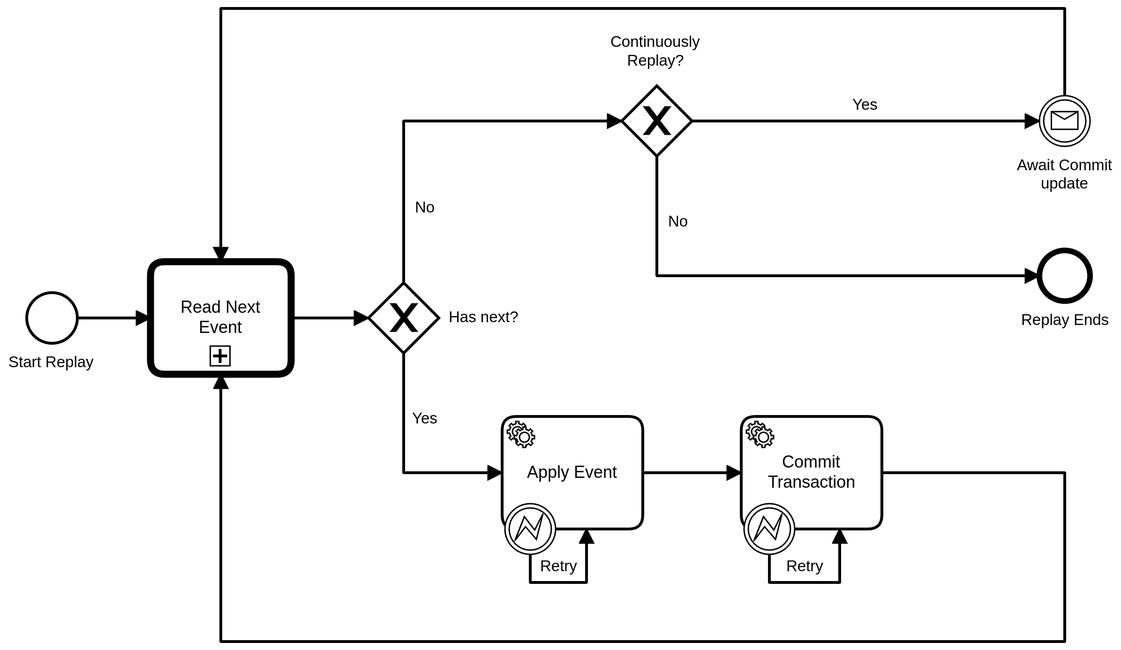
Before: images/replayStateMachine.png, a diagram exported from BPMN (zeebe-io/enhancements). Its source is kept beside it as images/replayStateMachine.bpmn. Ids are renumbered. The source it was exported from:
```xml
<bpmn:definitions xmlns:bpmn="http://www.omg.org/spec/BPMN/20100524/MODEL" xmlns:bpmndi="http://www.omg.org/spec/BPMN/20100524/DI" xmlns:dc="http://www.omg.org/spec/DD/20100524/DC" xmlns:di="http://www.omg.org/spec/DD/20100524/DI" xmlns:modeler="http://camunda.org/schema/modeler/1.0" id="Definitions_n1" targetNamespace="http://bpmn.io/schema/bpmn" exporter="Camunda Modeler" exporterVersion="4.8.0" modeler:executionPlatform="Camunda Platform" modeler:executionPlatformVersion="7.15.0">
  <bpmn:process id="Process_n2" isExecutable="true">
    <bpmn:startEvent id="StartEvent_1" name="Start Replay">
      <bpmn:outgoing>Flow_n3</bpmn:outgoing>
    </bpmn:startEvent>
    <bpmn:sequenceFlow id="Flow_n3" sourceRef="StartEvent_1" targetRef="Activity_n4" />
    <bpmn:exclusiveGateway id="Gateway_n5" name="Has next?">
      <bpmn:incoming>Flow_n6</bpmn:incoming>
      <bpmn:outgoing>Flow_n7</bpmn:outgoing>
      <bpmn:outgoing>Flow_n8</bpmn:outgoing>
    </bpmn:exclusiveGateway>
    <bpmn:sequenceFlow id="Flow_n6" sourceRef="Activity_n4" targetRef="Gateway_n5" />
    <bpmn:intermediateCatchEvent id="Event_n9" name="Await Commit update">
      <bpmn:incoming>Flow_n10</bpmn:incoming>
      <bpmn:outgoing>Flow_n11</bpmn:outgoing>
      <bpmn:messageEventDefinition id="MessageEventDefinition_n12" />
    </bpmn:intermediateCatchEvent>
    <bpmn:exclusiveGateway id="Gateway_n13" name="Continuously Replay?">
      <bpmn:incoming>Flow_n7</bpmn:incoming>
      <bpmn:outgoing>Flow_n10</bpmn:outgoing>
      <bpmn:outgoing>Flow_n14</bpmn:outgoing>
    </bpmn:exclusiveGateway>
    <bpmn:sequenceFlow id="Flow_n10" name="Yes" sourceRef="Gateway_n13" targetRef="Event_n9" />
    <bpmn:sequenceFlow id="Flow_n11" sourceRef="Event_n9" targetRef="Activity_n4" />
    <bpmn:sequenceFlow id="Flow_n7" name="No" sourceRef="Gateway_n5" targetRef="Gateway_n13" />
    <bpmn:endEvent id="Event_n15" name="Replay Ends">
      <bpmn:incoming>Flow_n14</bpmn:incoming>
    </bpmn:endEvent>
    <bpmn:sequenceFlow id="Flow_n14" name="No" sourceRef="Gateway_n13" targetRef="Event_n15" />
    <bpmn:sequenceFlow id="Flow_n8" name="Yes" sourceRef="Gateway_n5" targetRef="Activity_n16" />
    <bpmn:sequenceFlow id="Flow_n17" sourceRef="Activity_n16" targetRef="Activity_n18" />
    <bpmn:serviceTask id="Activity_n16" name="Apply Event">
      <bpmn:incoming>Flow_n8</bpmn:incoming>
      <bpmn:incoming>Flow_n19</bpmn:incoming>
      <bpmn:outgoing>Flow_n17</bpmn:outgoing>
    </bpmn:serviceTask>
    <bpmn:callActivity id="Activity_n4" name="Read Next Event">
      <bpmn:incoming>Flow_n3</bpmn:incoming>
      <bpmn:incoming>Flow_n11</bpmn:incoming>
      <bpmn:incoming>Flow_n20</bpmn:incoming>
      <bpmn:outgoing>Flow_n6</bpmn:outgoing>
    </bpmn:callActivity>
    <bpmn:serviceTask id="Activity_n18" name="Commit Transaction">
      <bpmn:incoming>Flow_n17</bpmn:incoming>
      <bpmn:incoming>Flow_n21</bpmn:incoming>
      <bpmn:outgoing>Flow_n20</bpmn:outgoing>
    </bpmn:serviceTask>
    <bpmn:boundaryEvent id="Event_n22" attachedToRef="Activity_n16">
      <bpmn:outgoing>Flow_n19</bpmn:outgoing>
      <bpmn:errorEventDefinition id="ErrorEventDefinition_n23" />
    </bpmn:boundaryEvent>
    <bpmn:sequenceFlow id="Flow_n19" name="Retry" sourceRef="Event_n22" targetRef="Activity_n16" />
    <bpmn:sequenceFlow id="Flow_n21" name="Retry" sourceRef="Event_n24" targetRef="Activity_n18" />
    <bpmn:boundaryEvent id="Event_n24" attachedToRef="Activity_n18">
      <bpmn:outgoing>Flow_n21</bpmn:outgoing>
      <bpmn:errorEventDefinition id="ErrorEventDefinition_n25" />
    </bpmn:boundaryEvent>
    <bpmn:sequenceFlow id="Flow_n20" sourceRef="Activity_n18" targetRef="Activity_n4" />
  </bpmn:process>
  <bpmndi:BPMNDiagram id="BPMNDiagram_1">
    <bpmndi:BPMNPlane id="BPMNPlane_1" bpmnElement="Process_n2">
      <bpmndi:BPMNEdge id="Flow_n3_di" bpmnElement="Flow_n3">
        <di:waypoint x="208" y="300" />
        <di:waypoint x="260" y="300" />
      </bpmndi:BPMNEdge>
      <bpmndi:BPMNEdge id="Flow_n6_di" bpmnElement="Flow_n6">
        <di:waypoint x="360" y="300" />
        <di:waypoint x="415" y="300" />
      </bpmndi:BPMNEdge>
      <bpmndi:BPMNEdge id="Flow_n10_di" bpmnElement="Flow_n10">
        <di:waypoint x="645" y="160" />
        <di:waypoint x="892" y="160" />
        <bpmndi:BPMNLabel>
          <dc:Bounds x="759" y="142" width="19" height="14" />
        </bpmndi:BPMNLabel>
      </bpmndi:BPMNEdge>
      <bpmndi:BPMNEdge id="Flow_n11_di" bpmnElement="Flow_n11">
        <di:waypoint x="910" y="142" />
        <di:waypoint x="910" y="80" />
        <di:waypoint x="310" y="80" />
        <di:waypoint x="310" y="260" />
      </bpmndi:BPMNEdge>
      <bpmndi:BPMNEdge id="Flow_n7_di" bpmnElement="Flow_n7">
        <di:waypoint x="440" y="275" />
        <di:waypoint x="440" y="160" />
        <di:waypoint x="595" y="160" />
        <bpmndi:BPMNLabel>
          <dc:Bounds x="448" y="215" width="15" height="14" />
        </bpmndi:BPMNLabel>
      </bpmndi:BPMNEdge>
      <bpmndi:BPMNEdge id="Flow_n14_di" bpmnElement="Flow_n14">
        <di:waypoint x="620" y="185" />
        <di:waypoint x="620" y="270" />
        <di:waypoint x="892" y="270" />
        <bpmndi:BPMNLabel>
          <dc:Bounds x="628" y="225" width="15" height="14" />
        </bpmndi:BPMNLabel>
      </bpmndi:BPMNEdge>
      <bpmndi:BPMNEdge id="Flow_n8_di" bpmnElement="Flow_n8">
        <di:waypoint x="440" y="325" />
        <di:waypoint x="440" y="410" />
        <di:waypoint x="510" y="410" />
        <bpmndi:BPMNLabel>
          <dc:Bounds x="446" y="365" width="19" height="14" />
        </bpmndi:BPMNLabel>
      </bpmndi:BPMNEdge>
      <bpmndi:BPMNEdge id="Flow_n17_di" bpmnElement="Flow_n17">
        <di:waypoint x="610" y="410" />
        <di:waypoint x="680" y="410" />
      </bpmndi:BPMNEdge>
      <bpmndi:BPMNEdge id="Flow_n19_di" bpmnElement="Flow_n19">
        <di:waypoint x="530" y="468" />
        <di:waypoint x="530" y="488" />
        <di:waypoint x="570" y="488" />
        <di:waypoint x="570" y="450" />
        <bpmndi:BPMNLabel>
          <dc:Bounds x="537" y="470" width="27" height="14" />
        </bpmndi:BPMNLabel>
      </bpmndi:BPMNEdge>
      <bpmndi:BPMNEdge id="Flow_n21_di" bpmnElement="Flow_n21">
        <di:waypoint x="700" y="468" />
        <di:waypoint x="700" y="488" />
        <di:waypoint x="750" y="488" />
        <di:waypoint x="750" y="450" />
        <bpmndi:BPMNLabel>
          <dc:Bounds x="712" y="470" width="27" height="14" />
        </bpmndi:BPMNLabel>
      </bpmndi:BPMNEdge>
      <bpmndi:BPMNEdge id="Flow_n20_di" bpmnElement="Flow_n20">
        <di:waypoint x="780" y="410" />
        <di:waypoint x="910" y="410" />
        <di:waypoint x="910" y="530" />
        <di:waypoint x="310" y="530" />
        <di:waypoint x="310" y="340" />
      </bpmndi:BPMNEdge>
      <bpmndi:BPMNShape id="_BPMNShape_StartEvent_2" bpmnElement="StartEvent_1">
        <dc:Bounds x="172" y="282" width="36" height="36" />
        <bpmndi:BPMNLabel>
          <dc:Bounds x="159" y="325" width="62" height="14" />
        </bpmndi:BPMNLabel>
      </bpmndi:BPMNShape>
      <bpmndi:BPMNShape id="Gateway_n5_di" bpmnElement="Gateway_n5" isMarkerVisible="true">
        <dc:Bounds x="415" y="275" width="50" height="50" />
        <bpmndi:BPMNLabel>
          <dc:Bounds x="472" y="293" width="50" height="14" />
        </bpmndi:BPMNLabel>
      </bpmndi:BPMNShape>
      <bpmndi:BPMNShape id="Gateway_n13_di" bpmnElement="Gateway_n13" isMarkerVisible="true">
        <dc:Bounds x="595" y="135" width="50" height="50" />
        <bpmndi:BPMNLabel>
          <dc:Bounds x="587" y="97.5" width="65" height="27" />
        </bpmndi:BPMNLabel>
      </bpmndi:BPMNShape>
      <bpmndi:BPMNShape id="Event_197exok_di" bpmnElement="Event_n9">
        <dc:Bounds x="892" y="142" width="36" height="36" />
        <bpmndi:BPMNLabel>
          <dc:Bounds x="876" y="185" width="68" height="27" />
        </bpmndi:BPMNLabel>
      </bpmndi:BPMNShape>
      <bpmndi:BPMNShape id="Event_n15_di" bpmnElement="Event_n15">
        <dc:Bounds x="892" y="252" width="36" height="36" />
        <bpmndi:BPMNLabel>
          <dc:Bounds x="879" y="295" width="63" height="14" />
        </bpmndi:BPMNLabel>
      </bpmndi:BPMNShape>
      <bpmndi:BPMNShape id="Activity_0ocwksu_di" bpmnElement="Activity_n4">
        <dc:Bounds x="260" y="260" width="100" height="80" />
      </bpmndi:BPMNShape>
      <bpmndi:BPMNShape id="Activity_15cdibl_di" bpmnElement="Activity_n16">
        <dc:Bounds x="510" y="370" width="100" height="80" />
      </bpmndi:BPMNShape>
      <bpmndi:BPMNShape id="Activity_1oidei2_di" bpmnElement="Activity_n18">
        <dc:Bounds x="680" y="370" width="100" height="80" />
      </bpmndi:BPMNShape>
      <bpmndi:BPMNShape id="Event_0sv2l4w_di" bpmnElement="Event_n22">
        <dc:Bounds x="512" y="432" width="36" height="36" />
      </bpmndi:BPMNShape>
      <bpmndi:BPMNShape id="Event_0vel4k2_di" bpmnElement="Event_n24">
        <dc:Bounds x="682" y="432" width="36" height="36" />
      </bpmndi:BPMNShape>
    </bpmndi:BPMNPlane>
  </bpmndi:BPMNDiagram>
</bpmn:definitions>
```
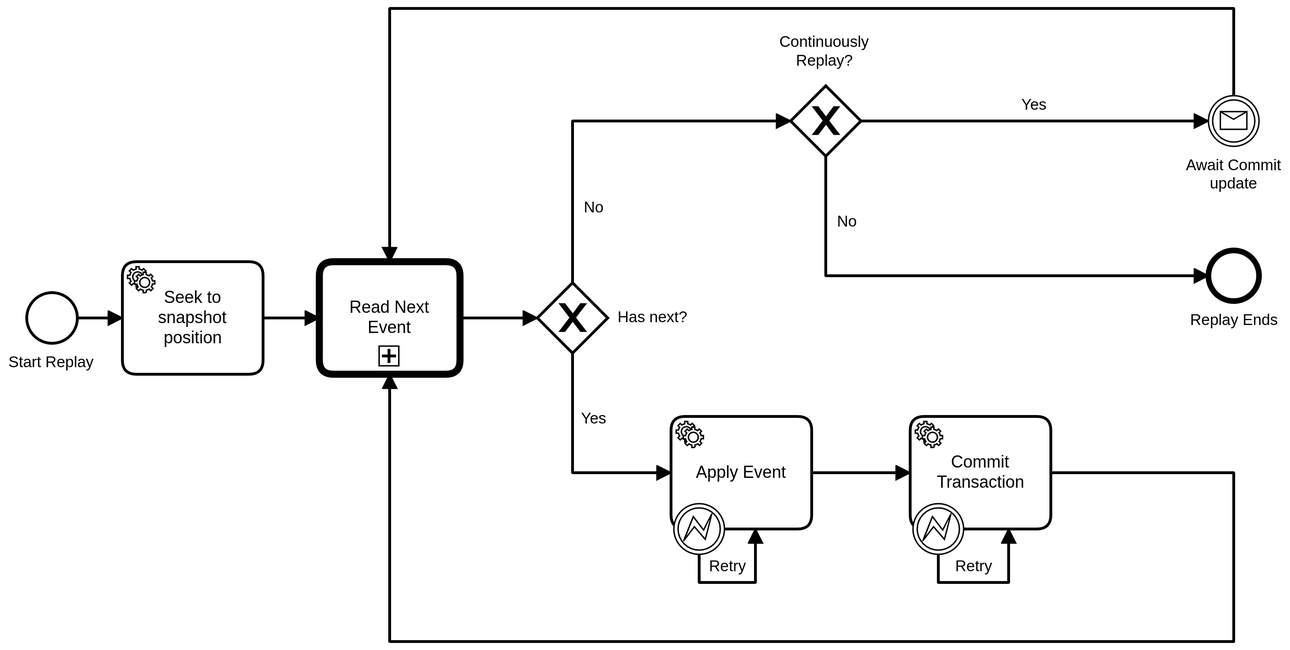
The same diagram one commit later.

Commit message:
docs: add content for replay state machine

Change to the diagram source:
```diff
@@ -3,7 +3,7 @@
     <bpmn:startEvent id="StartEvent_1" name="Start Replay">
       <bpmn:outgoing>Flow_n3</bpmn:outgoing>
     </bpmn:startEvent>
-    <bpmn:sequenceFlow id="Flow_n3" sourceRef="StartEvent_1" targetRef="Activity_n4" />
+    <bpmn:sequenceFlow id="Flow_n3" sourceRef="StartEvent_1" targetRef="Activity_n26" />
     <bpmn:exclusiveGateway id="Gateway_n5" name="Has next?">
       <bpmn:incoming>Flow_n6</bpmn:incoming>
       <bpmn:outgoing>Flow_n7</bpmn:outgoing>
@@ -35,9 +35,9 @@
       <bpmn:outgoing>Flow_n17</bpmn:outgoing>
     </bpmn:serviceTask>
     <bpmn:callActivity id="Activity_n4" name="Read Next Event">
-      <bpmn:incoming>Flow_n3</bpmn:incoming>
       <bpmn:incoming>Flow_n11</bpmn:incoming>
       <bpmn:incoming>Flow_n20</bpmn:incoming>
+      <bpmn:incoming>Flow_n27</bpmn:incoming>
       <bpmn:outgoing>Flow_n6</bpmn:outgoing>
     </bpmn:callActivity>
     <bpmn:serviceTask id="Activity_n18" name="Commit Transaction">
@@ -56,127 +56,139 @@
       <bpmn:errorEventDefinition id="ErrorEventDefinition_n25" />
     </bpmn:boundaryEvent>
     <bpmn:sequenceFlow id="Flow_n20" sourceRef="Activity_n18" targetRef="Activity_n4" />
+    <bpmn:sequenceFlow id="Flow_n27" sourceRef="Activity_n26" targetRef="Activity_n4" />
+    <bpmn:serviceTask id="Activity_n26" name="Seek to snapshot position">
+      <bpmn:incoming>Flow_n3</bpmn:incoming>
+      <bpmn:outgoing>Flow_n27</bpmn:outgoing>
+    </bpmn:serviceTask>
   </bpmn:process>
   <bpmndi:BPMNDiagram id="BPMNDiagram_1">
     <bpmndi:BPMNPlane id="BPMNPlane_1" bpmnElement="Process_n2">
       <bpmndi:BPMNEdge id="Flow_n3_di" bpmnElement="Flow_n3">
         <di:waypoint x="208" y="300" />
-        <di:waypoint x="260" y="300" />
+        <di:waypoint x="240" y="300" />
       </bpmndi:BPMNEdge>
       <bpmndi:BPMNEdge id="Flow_n6_di" bpmnElement="Flow_n6">
-        <di:waypoint x="360" y="300" />
-        <di:waypoint x="415" y="300" />
+        <di:waypoint x="480" y="300" />
+        <di:waypoint x="535" y="300" />
       </bpmndi:BPMNEdge>
       <bpmndi:BPMNEdge id="Flow_n10_di" bpmnElement="Flow_n10">
-        <di:waypoint x="645" y="160" />
-        <di:waypoint x="892" y="160" />
+        <di:waypoint x="765" y="160" />
+        <di:waypoint x="1012" y="160" />
         <bpmndi:BPMNLabel>
-          <dc:Bounds x="759" y="142" width="19" height="14" />
+          <dc:Bounds x="879" y="142" width="19" height="14" />
         </bpmndi:BPMNLabel>
       </bpmndi:BPMNEdge>
       <bpmndi:BPMNEdge id="Flow_n11_di" bpmnElement="Flow_n11">
-        <di:waypoint x="910" y="142" />
-        <di:waypoint x="910" y="80" />
-        <di:waypoint x="310" y="80" />
-        <di:waypoint x="310" y="260" />
+        <di:waypoint x="1030" y="142" />
+        <di:waypoint x="1030" y="80" />
+        <di:waypoint x="430" y="80" />
+        <di:waypoint x="430" y="260" />
       </bpmndi:BPMNEdge>
       <bpmndi:BPMNEdge id="Flow_n7_di" bpmnElement="Flow_n7">
-        <di:waypoint x="440" y="275" />
-        <di:waypoint x="440" y="160" />
-        <di:waypoint x="595" y="160" />
+        <di:waypoint x="560" y="275" />
+        <di:waypoint x="560" y="160" />
+        <di:waypoint x="715" y="160" />
         <bpmndi:BPMNLabel>
-          <dc:Bounds x="448" y="215" width="15" height="14" />
+          <dc:Bounds x="568" y="215" width="15" height="14" />
         </bpmndi:BPMNLabel>
       </bpmndi:BPMNEdge>
       <bpmndi:BPMNEdge id="Flow_n14_di" bpmnElement="Flow_n14">
-        <di:waypoint x="620" y="185" />
-        <di:waypoint x="620" y="270" />
-        <di:waypoint x="892" y="270" />
+        <di:waypoint x="740" y="185" />
+        <di:waypoint x="740" y="270" />
+        <di:waypoint x="1012" y="270" />
         <bpmndi:BPMNLabel>
-          <dc:Bounds x="628" y="225" width="15" height="14" />
+          <dc:Bounds x="748" y="225" width="15" height="14" />
         </bpmndi:BPMNLabel>
       </bpmndi:BPMNEdge>
       <bpmndi:BPMNEdge id="Flow_n8_di" bpmnElement="Flow_n8">
-        <di:waypoint x="440" y="325" />
-        <di:waypoint x="440" y="410" />
-        <di:waypoint x="510" y="410" />
+        <di:waypoint x="560" y="325" />
+        <di:waypoint x="560" y="410" />
+        <di:waypoint x="630" y="410" />
         <bpmndi:BPMNLabel>
-          <dc:Bounds x="446" y="365" width="19" height="14" />
+          <dc:Bounds x="566" y="365" width="19" height="14" />
         </bpmndi:BPMNLabel>
       </bpmndi:BPMNEdge>
       <bpmndi:BPMNEdge id="Flow_n17_di" bpmnElement="Flow_n17">
-        <di:waypoint x="610" y="410" />
-        <di:waypoint x="680" y="410" />
+        <di:waypoint x="730" y="410" />
+        <di:waypoint x="800" y="410" />
       </bpmndi:BPMNEdge>
       <bpmndi:BPMNEdge id="Flow_n19_di" bpmnElement="Flow_n19">
-        <di:waypoint x="530" y="468" />
-        <di:waypoint x="530" y="488" />
-        <di:waypoint x="570" y="488" />
-        <di:waypoint x="570" y="450" />
+        <di:waypoint x="650" y="468" />
+        <di:waypoint x="650" y="488" />
+        <di:waypoint x="690" y="488" />
+        <di:waypoint x="690" y="450" />
         <bpmndi:BPMNLabel>
-          <dc:Bounds x="537" y="470" width="27" height="14" />
+          <dc:Bounds x="657" y="470" width="27" height="14" />
         </bpmndi:BPMNLabel>
       </bpmndi:BPMNEdge>
       <bpmndi:BPMNEdge id="Flow_n21_di" bpmnElement="Flow_n21">
-        <di:waypoint x="700" y="468" />
-        <di:waypoint x="700" y="488" />
-        <di:waypoint x="750" y="488" />
-        <di:waypoint x="750" y="450" />
+        <di:waypoint x="820" y="468" />
+        <di:waypoint x="820" y="488" />
+        <di:waypoint x="870" y="488" />
+        <di:waypoint x="870" y="450" />
         <bpmndi:BPMNLabel>
-          <dc:Bounds x="712" y="470" width="27" height="14" />
+          <dc:Bounds x="832" y="470" width="27" height="14" />
         </bpmndi:BPMNLabel>
       </bpmndi:BPMNEdge>
       <bpmndi:BPMNEdge id="Flow_n20_di" bpmnElement="Flow_n20">
-        <di:waypoint x="780" y="410" />
-        <di:waypoint x="910" y="410" />
-        <di:waypoint x="910" y="530" />
-        <di:waypoint x="310" y="530" />
-        <di:waypoint x="310" y="340" />
+        <di:waypoint x="900" y="410" />
+        <di:waypoint x="1030" y="410" />
+        <di:waypoint x="1030" y="530" />
+        <di:waypoint x="430" y="530" />
+        <di:waypoint x="430" y="340" />
       </bpmndi:BPMNEdge>
+      <bpmndi:BPMNEdge id="Flow_n27_di" bpmnElement="Flow_n27">
+        <di:waypoint x="340" y="300" />
+        <di:waypoint x="380" y="300" />
+      </bpmndi:BPMNEdge>
+      <bpmndi:BPMNShape id="Gateway_n5_di" bpmnElement="Gateway_n5" isMarkerVisible="true">
+        <dc:Bounds x="535" y="275" width="50" height="50" />
+        <bpmndi:BPMNLabel>
+          <dc:Bounds x="592" y="293" width="50" height="14" />
+        </bpmndi:BPMNLabel>
+      </bpmndi:BPMNShape>
+      <bpmndi:BPMNShape id="Gateway_n13_di" bpmnElement="Gateway_n13" isMarkerVisible="true">
+        <dc:Bounds x="715" y="135" width="50" height="50" />
+        <bpmndi:BPMNLabel>
+          <dc:Bounds x="707" y="97.5" width="65" height="27" />
+        </bpmndi:BPMNLabel>
+      </bpmndi:BPMNShape>
+      <bpmndi:BPMNShape id="Event_197exok_di" bpmnElement="Event_n9">
+        <dc:Bounds x="1012" y="142" width="36" height="36" />
+        <bpmndi:BPMNLabel>
+          <dc:Bounds x="996" y="185" width="68" height="27" />
+        </bpmndi:BPMNLabel>
+      </bpmndi:BPMNShape>
+      <bpmndi:BPMNShape id="Event_n15_di" bpmnElement="Event_n15">
+        <dc:Bounds x="1012" y="252" width="36" height="36" />
+        <bpmndi:BPMNLabel>
+          <dc:Bounds x="999" y="295" width="63" height="14" />
+        </bpmndi:BPMNLabel>
+      </bpmndi:BPMNShape>
+      <bpmndi:BPMNShape id="Activity_0ocwksu_di" bpmnElement="Activity_n4">
+        <dc:Bounds x="380" y="260" width="100" height="80" />
+      </bpmndi:BPMNShape>
+      <bpmndi:BPMNShape id="Activity_15cdibl_di" bpmnElement="Activity_n16">
+        <dc:Bounds x="630" y="370" width="100" height="80" />
+      </bpmndi:BPMNShape>
+      <bpmndi:BPMNShape id="Activity_1oidei2_di" bpmnElement="Activity_n18">
+        <dc:Bounds x="800" y="370" width="100" height="80" />
+      </bpmndi:BPMNShape>
       <bpmndi:BPMNShape id="_BPMNShape_StartEvent_2" bpmnElement="StartEvent_1">
         <dc:Bounds x="172" y="282" width="36" height="36" />
         <bpmndi:BPMNLabel>
           <dc:Bounds x="159" y="325" width="62" height="14" />
         </bpmndi:BPMNLabel>
       </bpmndi:BPMNShape>
-      <bpmndi:BPMNShape id="Gateway_n5_di" bpmnElement="Gateway_n5" isMarkerVisible="true">
-        <dc:Bounds x="415" y="275" width="50" height="50" />
-        <bpmndi:BPMNLabel>
-          <dc:Bounds x="472" y="293" width="50" height="14" />
-        </bpmndi:BPMNLabel>
-      </bpmndi:BPMNShape>
-      <bpmndi:BPMNShape id="Gateway_n13_di" bpmnElement="Gateway_n13" isMarkerVisible="true">
-        <dc:Bounds x="595" y="135" width="50" height="50" />
-        <bpmndi:BPMNLabel>
-          <dc:Bounds x="587" y="97.5" width="65" height="27" />
-        </bpmndi:BPMNLabel>
-      </bpmndi:BPMNShape>
-      <bpmndi:BPMNShape id="Event_197exok_di" bpmnElement="Event_n9">
-        <dc:Bounds x="892" y="142" width="36" height="36" />
-        <bpmndi:BPMNLabel>
-          <dc:Bounds x="876" y="185" width="68" height="27" />
-        </bpmndi:BPMNLabel>
-      </bpmndi:BPMNShape>
-      <bpmndi:BPMNShape id="Event_n15_di" bpmnElement="Event_n15">
-        <dc:Bounds x="892" y="252" width="36" height="36" />
-        <bpmndi:BPMNLabel>
-          <dc:Bounds x="879" y="295" width="63" height="14" />
-        </bpmndi:BPMNLabel>
-      </bpmndi:BPMNShape>
-      <bpmndi:BPMNShape id="Activity_0ocwksu_di" bpmnElement="Activity_n4">
-        <dc:Bounds x="260" y="260" width="100" height="80" />
-      </bpmndi:BPMNShape>
-      <bpmndi:BPMNShape id="Activity_15cdibl_di" bpmnElement="Activity_n16">
-        <dc:Bounds x="510" y="370" width="100" height="80" />
-      </bpmndi:BPMNShape>
-      <bpmndi:BPMNShape id="Activity_1oidei2_di" bpmnElement="Activity_n18">
-        <dc:Bounds x="680" y="370" width="100" height="80" />
+      <bpmndi:BPMNShape id="Activity_193ds09_di" bpmnElement="Activity_n26">
+        <dc:Bounds x="240" y="260" width="100" height="80" />
       </bpmndi:BPMNShape>
       <bpmndi:BPMNShape id="Event_0sv2l4w_di" bpmnElement="Event_n22">
-        <dc:Bounds x="512" y="432" width="36" height="36" />
+        <dc:Bounds x="632" y="432" width="36" height="36" />
       </bpmndi:BPMNShape>
       <bpmndi:BPMNShape id="Event_0vel4k2_di" bpmnElement="Event_n24">
-        <dc:Bounds x="682" y="432" width="36" height="36" />
+        <dc:Bounds x="802" y="432" width="36" height="36" />
       </bpmndi:BPMNShape>
     </bpmndi:BPMNPlane>
   </bpmndi:BPMNDiagram>
```
